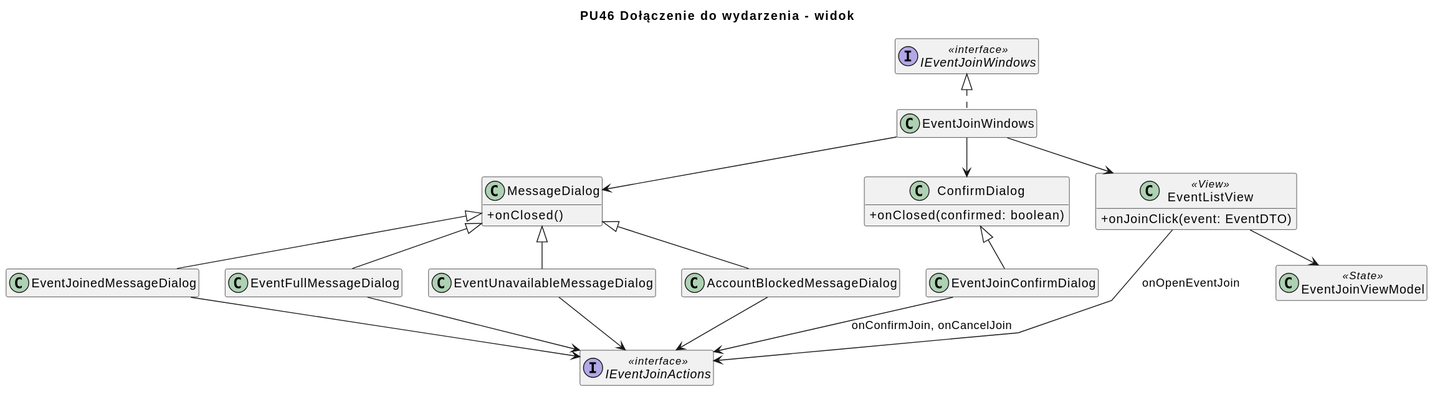
Earlier version of the PlantUML export diagrams/frontend/rendered/event-join-view.svg (Igor-Ochocki/POP-2026Z).
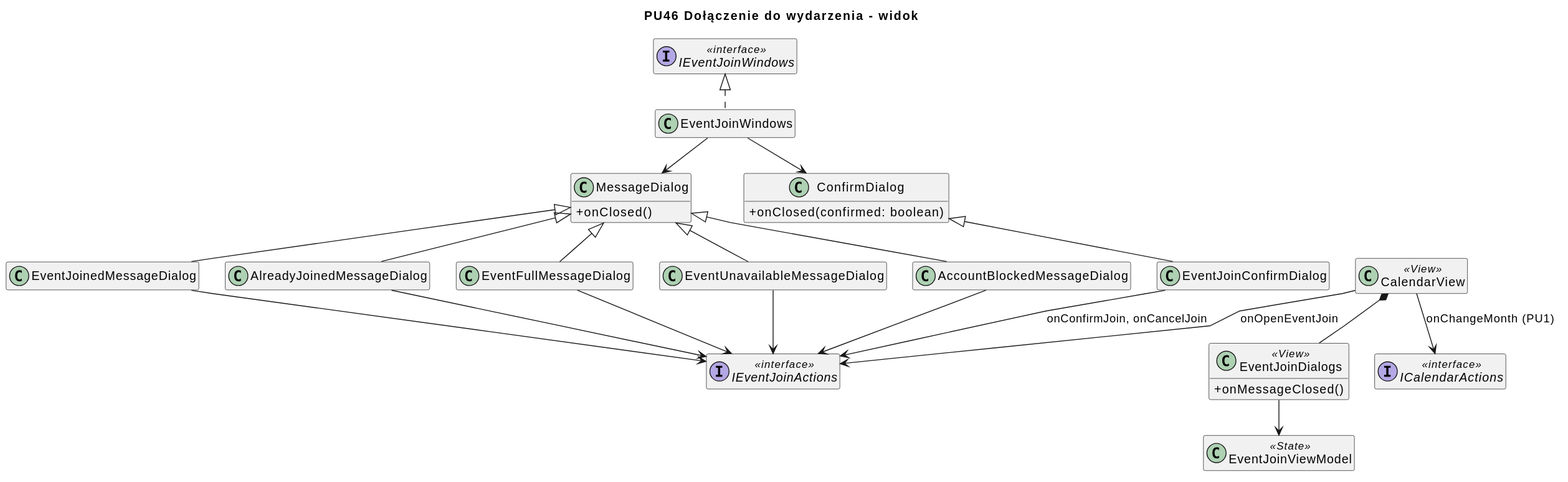
Above is the later version.

Change to the diagram source:
```diff
@@ -10,8 +10,10 @@
 
 title PU46 Dołączenie do wydarzenia - widok
 
-class EventListView <<View>> {
-    + onJoinClick(event: EventDTO)
+class CalendarView <<View>>
+
+class EventJoinDialogs <<View>> {
+    + onMessageClosed()
 }
 
 class ConfirmDialog {
@@ -24,12 +26,14 @@
 
 class EventJoinConfirmDialog
 class EventJoinedMessageDialog
+class AlreadyJoinedMessageDialog
 class EventFullMessageDialog
 class EventUnavailableMessageDialog
 class AccountBlockedMessageDialog
 
 EventJoinConfirmDialog -u-|> ConfirmDialog
 EventJoinedMessageDialog -u-|> MessageDialog
+AlreadyJoinedMessageDialog -u-|> MessageDialog
 EventFullMessageDialog -u-|> MessageDialog
 EventUnavailableMessageDialog -u-|> MessageDialog
 AccountBlockedMessageDialog -u-|> MessageDialog
@@ -38,16 +42,19 @@
 interface IEventJoinWindows <<interface>>
 interface IEventJoinActions <<interface>>
 class EventJoinViewModel <<State>>
+interface ICalendarActions <<interface>>
 
 EventJoinWindows .u.|> IEventJoinWindows
-EventJoinWindows --> EventListView
 EventJoinWindows --> ConfirmDialog
 EventJoinWindows --> MessageDialog
 
-EventListView --> IEventJoinActions : onOpenEventJoin
-EventListView --> EventJoinViewModel
+CalendarView --> IEventJoinActions : onOpenEventJoin
+CalendarView *-- EventJoinDialogs
+CalendarView --> ICalendarActions : onChangeMonth (PU1)
+EventJoinDialogs --> EventJoinViewModel
 EventJoinConfirmDialog --> IEventJoinActions : onConfirmJoin, onCancelJoin
 EventJoinedMessageDialog --> IEventJoinActions
+AlreadyJoinedMessageDialog --> IEventJoinActions
 EventFullMessageDialog --> IEventJoinActions
 EventUnavailableMessageDialog --> IEventJoinActions
 AccountBlockedMessageDialog --> IEventJoinActions
```
